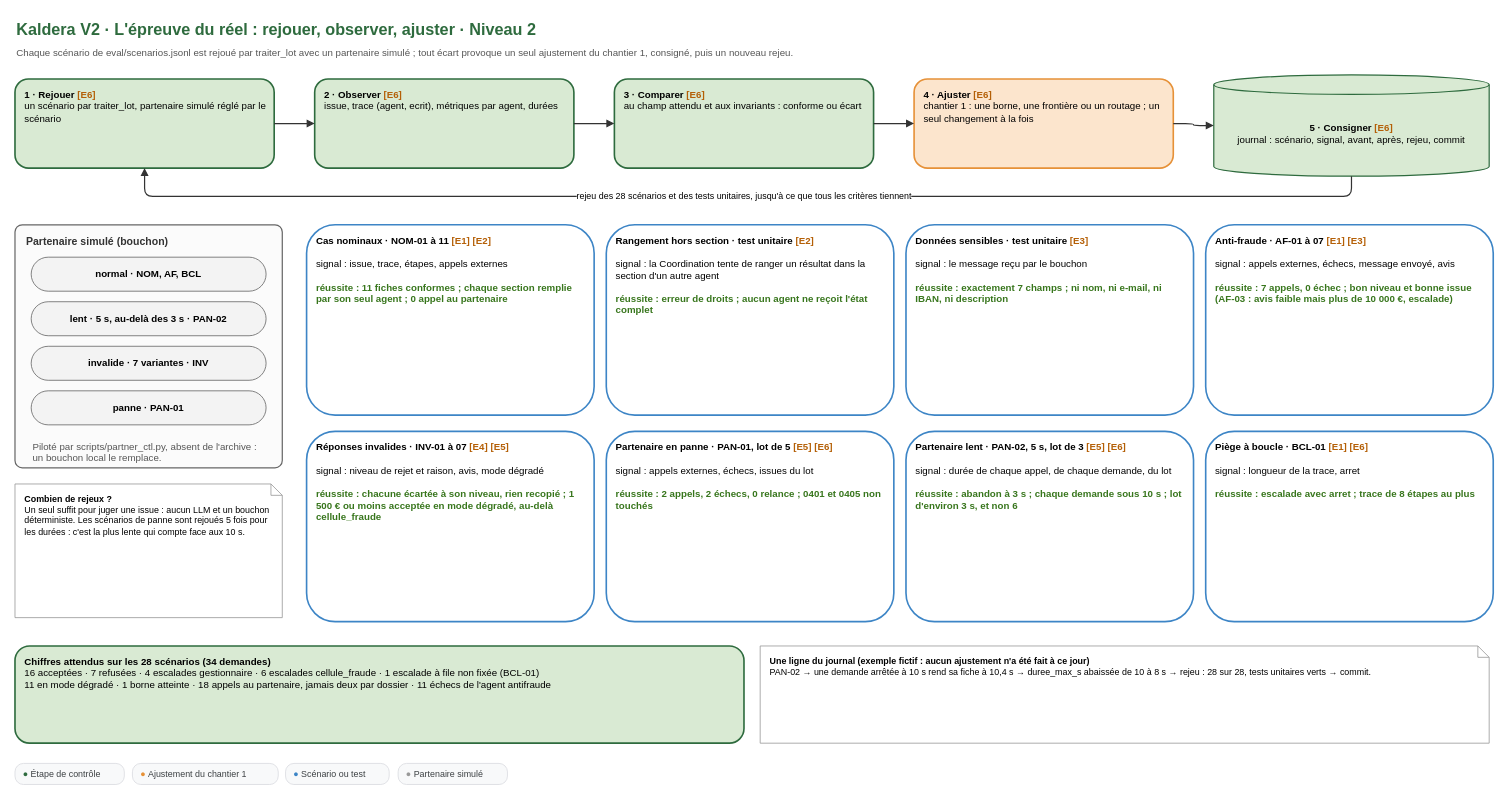
Earlier version of the draw.io diagram conception/schemas/schema-N2-epreuve-du-reel.drawio (Ganda15/kaldera-bout-en-bout_v2). Source tidied: cells renumbered, new cells numbered last; positions are measured from the earlier drawing's top-left corner, leaving out a move shared by most shapes. Both pictures are drawn from the tidied source at 81%, with x=0, y=0 at pixel (15, 14).
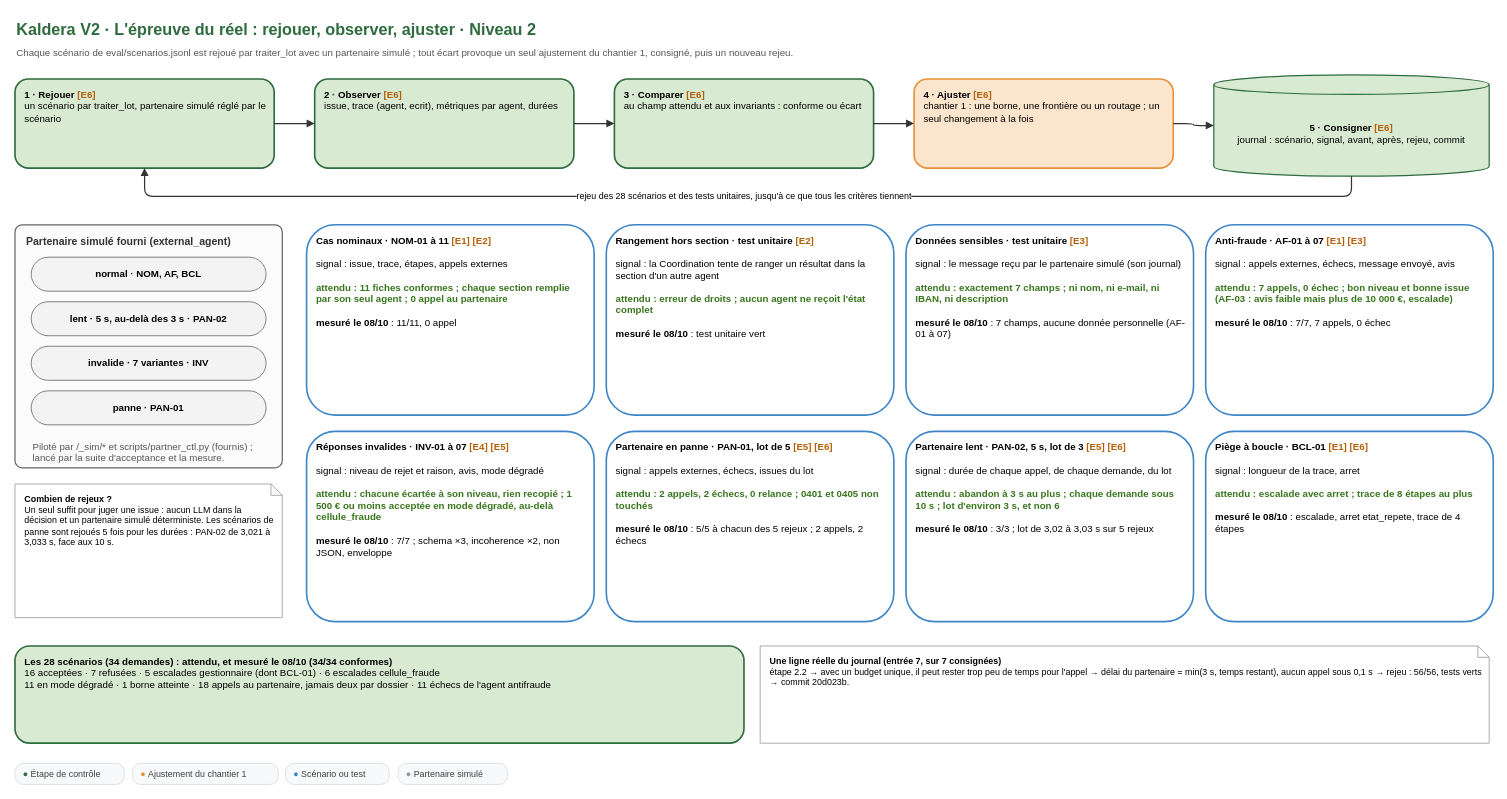
Above is the later version.

Change to the diagram source:
```diff
@@
-    <mxCell id="14" value="Partenaire simulé (bouchon)" style="rounded=1;arcSize=3;whiteSpace=wrap;html=1;fillColor=#fbfbfb;strokeColor=#666666;strokeWidth=1.5;verticalAlign=top;align=left;spacingLeft=12;spacingTop=6;fontFamily=Arial;fontSize=13;fontStyle=1;fontColor=#333333;" parent="1" vertex="1">
+    <mxCell id="14" value="Partenaire simulé fourni (external_agent)" style="rounded=1;arcSize=3;whiteSpace=wrap;html=1;fillColor=#fbfbfb;strokeColor=#666666;strokeWidth=1.5;verticalAlign=top;align=left;spacingLeft=12;spacingTop=6;fontFamily=Arial;fontSize=13;fontStyle=1;fontColor=#333333;" parent="1" vertex="1">
       <mxGeometry y="260" width="330" height="300" as="geometry" />
     </mxCell>
@@
-    <mxCell id="19" value="Piloté par scripts/partner_ctl.py, absent de l'archive : un bouchon local le remplace." style="text;html=1;fontFamily=Arial;fontSize=12;fontColor=#555555;align=left;verticalAlign=top;whiteSpace=wrap;" parent="1" vertex="1">
+    <mxCell id="19" value="Piloté par /_sim/* et scripts/partner_ctl.py (fournis) ; lancé par la suite d'acceptance et la mesure." style="text;html=1;fontFamily=Arial;fontSize=12;fontColor=#555555;align=left;verticalAlign=top;whiteSpace=wrap;" parent="1" vertex="1">
       <mxGeometry x="20" y="520" width="290" height="35" as="geometry" />
     </mxCell>
-    <mxCell id="20" value="&lt;b&gt;Combien de rejeux ?&lt;/b&gt;&lt;br&gt;Un seul suffit pour juger une issue : aucun LLM et un bouchon déterministe. Les scénarios de panne sont rejoués 5 fois pour les durées : c'est la plus lente qui compte face aux 10 s." style="whiteSpace=wrap;html=1;fontFamily=Arial;fontSize=12;align=left;spacingLeft=10;spacingRight=8;verticalAlign=top;spacingTop=6;shape=note;size=14;fillColor=#ffffff;strokeColor=#999999;fontSize=11;" parent="1" vertex="1">
+    <mxCell id="20" value="&lt;b&gt;Combien de rejeux ?&lt;/b&gt;&lt;br&gt;Un seul suffit pour juger une issue : aucun LLM dans la décision et un partenaire simulé déterministe. Les scénarios de panne sont rejoués 5 fois pour les durées : PAN-02 de 3,021 à 3,033 s, face aux 10 s." style="whiteSpace=wrap;html=1;fontFamily=Arial;fontSize=12;align=left;spacingLeft=10;spacingRight=8;verticalAlign=top;spacingTop=6;shape=note;size=14;fillColor=#ffffff;strokeColor=#999999;fontSize=11;" parent="1" vertex="1">
       <mxGeometry y="580" width="330" height="165" as="geometry" />
     </mxCell>
-    <mxCell id="21" value="&lt;b&gt;Cas nominaux · NOM-01 à 11&lt;/b&gt; &lt;font color=&quot;#b45f06&quot;&gt;&lt;b&gt;[E1] [E2]&lt;/b&gt;&lt;/font&gt;&lt;br&gt;&lt;br&gt;signal : issue, trace, étapes, appels externes&lt;br&gt;&lt;br&gt;&lt;font color=&quot;#38761d&quot;&gt;&lt;b&gt;réussite : 11 fiches conformes ; chaque section remplie par son seul agent ; 0 appel au partenaire&lt;/b&gt;&lt;/font&gt;" style="whiteSpace=wrap;html=1;fontFamily=Arial;fontSize=12;align=left;spacingLeft=10;spacingRight=8;verticalAlign=top;spacingTop=6;rounded=1;fillColor=#ffffff;strokeColor=#3d85c6;strokeWidth=2;" parent="1" vertex="1">
+    <mxCell id="21" value="&lt;b&gt;Cas nominaux · NOM-01 à 11&lt;/b&gt; &lt;font color=&quot;#b45f06&quot;&gt;&lt;b&gt;[E1] [E2]&lt;/b&gt;&lt;/font&gt;&lt;br&gt;&lt;br&gt;signal : issue, trace, étapes, appels externes&lt;br&gt;&lt;br&gt;&lt;font color=&quot;#38761d&quot;&gt;&lt;b&gt;attendu : 11 fiches conformes ; chaque section remplie par son seul agent ; 0 appel au partenaire&lt;/b&gt;&lt;/font&gt;&lt;br&gt;&lt;br&gt;&lt;b&gt;mesuré le 08/10&lt;/b&gt; : 11/11, 0 appel" style="whiteSpace=wrap;html=1;fontFamily=Arial;fontSize=12;align=left;spacingLeft=10;spacingRight=8;verticalAlign=top;spacingTop=6;rounded=1;fillColor=#ffffff;strokeColor=#3d85c6;strokeWidth=2;" parent="1" vertex="1">
       <mxGeometry x="360" y="260" width="355" height="235" as="geometry" />
     </mxCell>
-    <mxCell id="22" value="&lt;b&gt;Rangement hors section · test unitaire&lt;/b&gt; &lt;font color=&quot;#b45f06&quot;&gt;&lt;b&gt;[E2]&lt;/b&gt;&lt;/font&gt;&lt;br&gt;&lt;br&gt;signal : la Coordination tente de ranger un résultat dans la section d'un autre agent&lt;br&gt;&lt;br&gt;&lt;font color=&quot;#38761d&quot;&gt;&lt;b&gt;réussite : erreur de droits ; aucun agent ne reçoit l'état complet&lt;/b&gt;&lt;/font&gt;" style="whiteSpace=wrap;html=1;fontFamily=Arial;fontSize=12;align=left;spacingLeft=10;spacingRight=8;verticalAlign=top;spacingTop=6;rounded=1;fillColor=#ffffff;strokeColor=#3d85c6;strokeWidth=2;" parent="1" vertex="1">
+    <mxCell id="22" value="&lt;b&gt;Rangement hors section · test unitaire&lt;/b&gt; &lt;font color=&quot;#b45f06&quot;&gt;&lt;b&gt;[E2]&lt;/b&gt;&lt;/font&gt;&lt;br&gt;&lt;br&gt;signal : la Coordination tente de ranger un résultat dans la section d'un autre agent&lt;br&gt;&lt;br&gt;&lt;font color=&quot;#38761d&quot;&gt;&lt;b&gt;attendu : erreur de droits ; aucun agent ne reçoit l'état complet&lt;/b&gt;&lt;/font&gt;&lt;br&gt;&lt;br&gt;&lt;b&gt;mesuré le 08/10&lt;/b&gt; : test unitaire vert" style="whiteSpace=wrap;html=1;fontFamily=Arial;fontSize=12;align=left;spacingLeft=10;spacingRight=8;verticalAlign=top;spacingTop=6;rounded=1;fillColor=#ffffff;strokeColor=#3d85c6;strokeWidth=2;" parent="1" vertex="1">
       <mxGeometry x="730" y="260" width="355" height="235" as="geometry" />
     </mxCell>
-    <mxCell id="23" value="&lt;b&gt;Données sensibles · test unitaire&lt;/b&gt; &lt;font color=&quot;#b45f06&quot;&gt;&lt;b&gt;[E3]&lt;/b&gt;&lt;/font&gt;&lt;br&gt;&lt;br&gt;signal : le message reçu par le bouchon&lt;br&gt;&lt;br&gt;&lt;font color=&quot;#38761d&quot;&gt;&lt;b&gt;réussite : exactement 7 champs ; ni nom, ni e-mail, ni IBAN, ni description&lt;/b&gt;&lt;/font&gt;" style="whiteSpace=wrap;html=1;fontFamily=Arial;fontSize=12;align=left;spacingLeft=10;spacingRight=8;verticalAlign=top;spacingTop=6;rounded=1;fillColor=#ffffff;strokeColor=#3d85c6;strokeWidth=2;" parent="1" vertex="1">
+    <mxCell id="23" value="&lt;b&gt;Données sensibles · test unitaire&lt;/b&gt; &lt;font color=&quot;#b45f06&quot;&gt;&lt;b&gt;[E3]&lt;/b&gt;&lt;/font&gt;&lt;br&gt;&lt;br&gt;signal : le message reçu par le partenaire simulé (son journal)&lt;br&gt;&lt;br&gt;&lt;font color=&quot;#38761d&quot;&gt;&lt;b&gt;attendu : exactement 7 champs ; ni nom, ni e-mail, ni IBAN, ni description&lt;/b&gt;&lt;/font&gt;&lt;br&gt;&lt;br&gt;&lt;b&gt;mesuré le 08/10&lt;/b&gt; : 7 champs, aucune donnée personnelle (AF-01 à 07)" style="whiteSpace=wrap;html=1;fontFamily=Arial;fontSize=12;align=left;spacingLeft=10;spacingRight=8;verticalAlign=top;spacingTop=6;rounded=1;fillColor=#ffffff;strokeColor=#3d85c6;strokeWidth=2;" parent="1" vertex="1">
       <mxGeometry x="1100" y="260" width="355" height="235" as="geometry" />
     </mxCell>
-    <mxCell id="24" value="&lt;b&gt;Anti-fraude · AF-01 à 07&lt;/b&gt; &lt;font color=&quot;#b45f06&quot;&gt;&lt;b&gt;[E1] [E3]&lt;/b&gt;&lt;/font&gt;&lt;br&gt;&lt;br&gt;signal : appels externes, échecs, message envoyé, avis&lt;br&gt;&lt;br&gt;&lt;font color=&quot;#38761d&quot;&gt;&lt;b&gt;réussite : 7 appels, 0 échec ; bon niveau et bonne issue (AF-03 : avis faible mais plus de 10 000 €, escalade)&lt;/b&gt;&lt;/font&gt;" style="whiteSpace=wrap;html=1;fontFamily=Arial;fontSize=12;align=left;spacingLeft=10;spacingRight=8;verticalAlign=top;spacingTop=6;rounded=1;fillColor=#ffffff;strokeColor=#3d85c6;strokeWidth=2;" parent="1" vertex="1">
+    <mxCell id="24" value="&lt;b&gt;Anti-fraude · AF-01 à 07&lt;/b&gt; &lt;font color=&quot;#b45f06&quot;&gt;&lt;b&gt;[E1] [E3]&lt;/b&gt;&lt;/font&gt;&lt;br&gt;&lt;br&gt;signal : appels externes, échecs, message envoyé, avis&lt;br&gt;&lt;br&gt;&lt;font color=&quot;#38761d&quot;&gt;&lt;b&gt;attendu : 7 appels, 0 échec ; bon niveau et bonne issue (AF-03 : avis faible mais plus de 10 000 €, escalade)&lt;/b&gt;&lt;/font&gt;&lt;br&gt;&lt;br&gt;&lt;b&gt;mesuré le 08/10&lt;/b&gt; : 7/7, 7 appels, 0 échec" style="whiteSpace=wrap;html=1;fontFamily=Arial;fontSize=12;align=left;spacingLeft=10;spacingRight=8;verticalAlign=top;spacingTop=6;rounded=1;fillColor=#ffffff;strokeColor=#3d85c6;strokeWidth=2;" parent="1" vertex="1">
       <mxGeometry x="1470" y="260" width="355" height="235" as="geometry" />
     </mxCell>
-    <mxCell id="25" value="&lt;b&gt;Réponses invalides · INV-01 à 07&lt;/b&gt; &lt;font color=&quot;#b45f06&quot;&gt;&lt;b&gt;[E4] [E5]&lt;/b&gt;&lt;/font&gt;&lt;br&gt;&lt;br&gt;signal : niveau de rejet et raison, avis, mode dégradé&lt;br&gt;&lt;br&gt;&lt;font color=&quot;#38761d&quot;&gt;&lt;b&gt;réussite : chacune écartée à son niveau, rien recopié ; 1 500 € ou moins acceptée en mode dégradé, au-delà cellule_fraude&lt;/b&gt;&lt;/font&gt;" style="whiteSpace=wrap;html=1;fontFamily=Arial;fontSize=12;align=left;spacingLeft=10;spacingRight=8;verticalAlign=top;spacingTop=6;rounded=1;fillColor=#ffffff;strokeColor=#3d85c6;strokeWidth=2;" parent="1" vertex="1">
+    <mxCell id="25" value="&lt;b&gt;Réponses invalides · INV-01 à 07&lt;/b&gt; &lt;font color=&quot;#b45f06&quot;&gt;&lt;b&gt;[E4] [E5]&lt;/b&gt;&lt;/font&gt;&lt;br&gt;&lt;br&gt;signal : niveau de rejet et raison, avis, mode dégradé&lt;br&gt;&lt;br&gt;&lt;font color=&quot;#38761d&quot;&gt;&lt;b&gt;attendu : chacune écartée à son niveau, rien recopié ; 1 500 € ou moins acceptée en mode dégradé, au-delà cellule_fraude&lt;/b&gt;&lt;/font&gt;&lt;br&gt;&lt;br&gt;&lt;b&gt;mesuré le 08/10&lt;/b&gt; : 7/7 ; schema ×3, incoherence ×2, non JSON, enveloppe" style="whiteSpace=wrap;html=1;fontFamily=Arial;fontSize=12;align=left;spacingLeft=10;spacingRight=8;verticalAlign=top;spacingTop=6;rounded=1;fillColor=#ffffff;strokeColor=#3d85c6;strokeWidth=2;" parent="1" vertex="1">
       <mxGeometry x="360" y="515" width="355" height="235" as="geometry" />
     </mxCell>
-    <mxCell id="26" value="&lt;b&gt;Partenaire en panne · PAN-01, lot de 5&lt;/b&gt; &lt;font color=&quot;#b45f06&quot;&gt;&lt;b&gt;[E5] [E6]&lt;/b&gt;&lt;/font&gt;&lt;br&gt;&lt;br&gt;signal : appels externes, échecs, issues du lot&lt;br&gt;&lt;br&gt;&lt;font color=&quot;#38761d&quot;&gt;&lt;b&gt;réussite : 2 appels, 2 échecs, 0 relance ; 0401 et 0405 non touchés&lt;/b&gt;&lt;/font&gt;" style="whiteSpace=wrap;html=1;fontFamily=Arial;fontSize=12;align=left;spacingLeft=10;spacingRight=8;verticalAlign=top;spacingTop=6;rounded=1;fillColor=#ffffff;strokeColor=#3d85c6;strokeWidth=2;" parent="1" vertex="1">
+    <mxCell id="26" value="&lt;b&gt;Partenaire en panne · PAN-01, lot de 5&lt;/b&gt; &lt;font color=&quot;#b45f06&quot;&gt;&lt;b&gt;[E5] [E6]&lt;/b&gt;&lt;/font&gt;&lt;br&gt;&lt;br&gt;signal : appels externes, échecs, issues du lot&lt;br&gt;&lt;br&gt;&lt;font color=&quot;#38761d&quot;&gt;&lt;b&gt;attendu : 2 appels, 2 échecs, 0 relance ; 0401 et 0405 non touchés&lt;/b&gt;&lt;/font&gt;&lt;br&gt;&lt;br&gt;&lt;b&gt;mesuré le 08/10&lt;/b&gt; : 5/5 à chacun des 5 rejeux ; 2 appels, 2 échecs" style="whiteSpace=wrap;html=1;fontFamily=Arial;fontSize=12;align=left;spacingLeft=10;spacingRight=8;verticalAlign=top;spacingTop=6;rounded=1;fillColor=#ffffff;strokeColor=#3d85c6;strokeWidth=2;" parent="1" vertex="1">
       <mxGeometry x="730" y="515" width="355" height="235" as="geometry" />
     </mxCell>
-    <mxCell id="27" value="&lt;b&gt;Partenaire lent · PAN-02, 5 s, lot de 3&lt;/b&gt; &lt;font color=&quot;#b45f06&quot;&gt;&lt;b&gt;[E5] [E6]&lt;/b&gt;&lt;/font&gt;&lt;br&gt;&lt;br&gt;signal : durée de chaque appel, de chaque demande, du lot&lt;br&gt;&lt;br&gt;&lt;font color=&quot;#38761d&quot;&gt;&lt;b&gt;réussite : abandon à 3 s ; chaque demande sous 10 s ; lot d'environ 3 s, et non 6&lt;/b&gt;&lt;/font&gt;" style="whiteSpace=wrap;html=1;fontFamily=Arial;fontSize=12;align=left;spacingLeft=10;spacingRight=8;verticalAlign=top;spacingTop=6;rounded=1;fillColor=#ffffff;strokeColor=#3d85c6;strokeWidth=2;" parent="1" vertex="1">
+    <mxCell id="27" value="&lt;b&gt;Partenaire lent · PAN-02, 5 s, lot de 3&lt;/b&gt; &lt;font color=&quot;#b45f06&quot;&gt;&lt;b&gt;[E5] [E6]&lt;/b&gt;&lt;/font&gt;&lt;br&gt;&lt;br&gt;signal : durée de chaque appel, de chaque demande, du lot&lt;br&gt;&lt;br&gt;&lt;font color=&quot;#38761d&quot;&gt;&lt;b&gt;attendu : abandon à 3 s au plus ; chaque demande sous 10 s ; lot d'environ 3 s, et non 6&lt;/b&gt;&lt;/font&gt;&lt;br&gt;&lt;br&gt;&lt;b&gt;mesuré le 08/10&lt;/b&gt; : 3/3 ; lot de 3,02 à 3,03 s sur 5 rejeux" style="whiteSpace=wrap;html=1;fontFamily=Arial;fontSize=12;align=left;spacingLeft=10;spacingRight=8;verticalAlign=top;spacingTop=6;rounded=1;fillColor=#ffffff;strokeColor=#3d85c6;strokeWidth=2;" parent="1" vertex="1">
       <mxGeometry x="1100" y="515" width="355" height="235" as="geometry" />
     </mxCell>
-    <mxCell id="28" value="&lt;b&gt;Piège à boucle · BCL-01&lt;/b&gt; &lt;font color=&quot;#b45f06&quot;&gt;&lt;b&gt;[E1] [E6]&lt;/b&gt;&lt;/font&gt;&lt;br&gt;&lt;br&gt;signal : longueur de la trace, arret&lt;br&gt;&lt;br&gt;&lt;font color=&quot;#38761d&quot;&gt;&lt;b&gt;réussite : escalade avec arret ; trace de 8 étapes au plus&lt;/b&gt;&lt;/font&gt;" style="whiteSpace=wrap;html=1;fontFamily=Arial;fontSize=12;align=left;spacingLeft=10;spacingRight=8;verticalAlign=top;spacingTop=6;rounded=1;fillColor=#ffffff;strokeColor=#3d85c6;strokeWidth=2;" parent="1" vertex="1">
+    <mxCell id="28" value="&lt;b&gt;Piège à boucle · BCL-01&lt;/b&gt; &lt;font color=&quot;#b45f06&quot;&gt;&lt;b&gt;[E1] [E6]&lt;/b&gt;&lt;/font&gt;&lt;br&gt;&lt;br&gt;signal : longueur de la trace, arret&lt;br&gt;&lt;br&gt;&lt;font color=&quot;#38761d&quot;&gt;&lt;b&gt;attendu : escalade avec arret ; trace de 8 étapes au plus&lt;/b&gt;&lt;/font&gt;&lt;br&gt;&lt;br&gt;&lt;b&gt;mesuré le 08/10&lt;/b&gt; : escalade, arret etat_repete, trace de 4 étapes" style="whiteSpace=wrap;html=1;fontFamily=Arial;fontSize=12;align=left;spacingLeft=10;spacingRight=8;verticalAlign=top;spacingTop=6;rounded=1;fillColor=#ffffff;strokeColor=#3d85c6;strokeWidth=2;" parent="1" vertex="1">
       <mxGeometry x="1470" y="515" width="355" height="235" as="geometry" />
     </mxCell>
-    <mxCell id="29" value="&lt;b&gt;Chiffres attendus sur les 28 scénarios (34 demandes)&lt;/b&gt;&lt;br&gt;16 acceptées · 7 refusées · 4 escalades gestionnaire · 6 escalades cellule_fraude · 1 escalade à file non fixée (BCL-01)&lt;br&gt;11 en mode dégradé · 1 borne atteinte · 18 appels au partenaire, jamais deux par dossier · 11 échecs de l'agent antifraude" style="whiteSpace=wrap;html=1;fontFamily=Arial;fontSize=12;align=left;spacingLeft=10;spacingRight=8;verticalAlign=top;spacingTop=6;rounded=1;fillColor=#d9ead3;strokeColor=#2E6B3E;strokeWidth=2;" parent="1" vertex="1">
+    <mxCell id="29" value="&lt;b&gt;Les 28 scénarios (34 demandes) : attendu, et mesuré le 08/10 (34/34 conformes)&lt;/b&gt;&lt;br&gt;16 acceptées · 7 refusées · 5 escalades gestionnaire (dont BCL-01) · 6 escalades cellule_fraude&lt;br&gt;11 en mode dégradé · 1 borne atteinte · 18 appels au partenaire, jamais deux par dossier · 11 échecs de l'agent antifraude" style="whiteSpace=wrap;html=1;fontFamily=Arial;fontSize=12;align=left;spacingLeft=10;spacingRight=8;verticalAlign=top;spacingTop=6;rounded=1;fillColor=#d9ead3;strokeColor=#2E6B3E;strokeWidth=2;" parent="1" vertex="1">
       <mxGeometry y="780" width="900" height="120" as="geometry" />
     </mxCell>
-    <mxCell id="30" value="&lt;b&gt;Une ligne du journal (exemple fictif : aucun ajustement n'a été fait à ce jour)&lt;/b&gt;&lt;br&gt;PAN-02 → une demande arrêtée à 10 s rend sa fiche à 10,4 s → duree_max_s abaissée de 10 à 8 s → rejeu : 28 sur 28, tests unitaires verts → commit." style="whiteSpace=wrap;html=1;fontFamily=Arial;fontSize=12;align=left;spacingLeft=10;spacingRight=8;verticalAlign=top;spacingTop=6;shape=note;size=14;fillColor=#ffffff;strokeColor=#999999;fontSize=11;" parent="1" vertex="1">
+    <mxCell id="30" value="&lt;b&gt;Une ligne réelle du journal (entrée 7, sur 7 consignées)&lt;/b&gt;&lt;br&gt;étape 2.2 → avec un budget unique, il peut rester trop peu de temps pour l'appel → délai du partenaire = min(3 s, temps restant), aucun appel sous 0,1 s → rejeu : 56/56, tests verts → commit 20d023b." style="whiteSpace=wrap;html=1;fontFamily=Arial;fontSize=12;align=left;spacingLeft=10;spacingRight=8;verticalAlign=top;spacingTop=6;shape=note;size=14;fillColor=#ffffff;strokeColor=#999999;fontSize=11;" parent="1" vertex="1">
       <mxGeometry x="920" y="780" width="900" height="120" as="geometry" />
     </mxCell>
```
